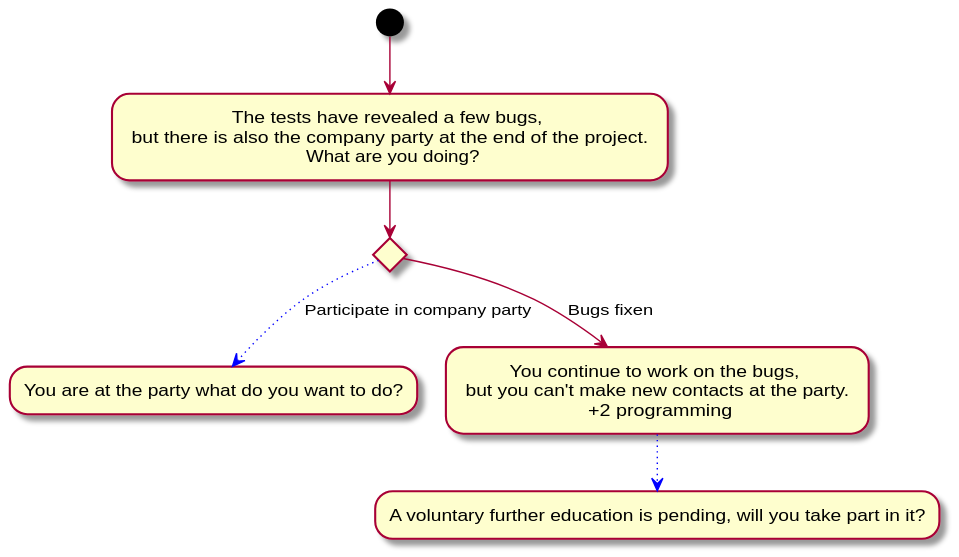
Brotenko/QualityQuest keeps this PlantUML diagram as Docs/Technical Specifications/docs/diagrams/StoryFlow/StoryFlow_Decision_6.svg. Above is the earlier version.
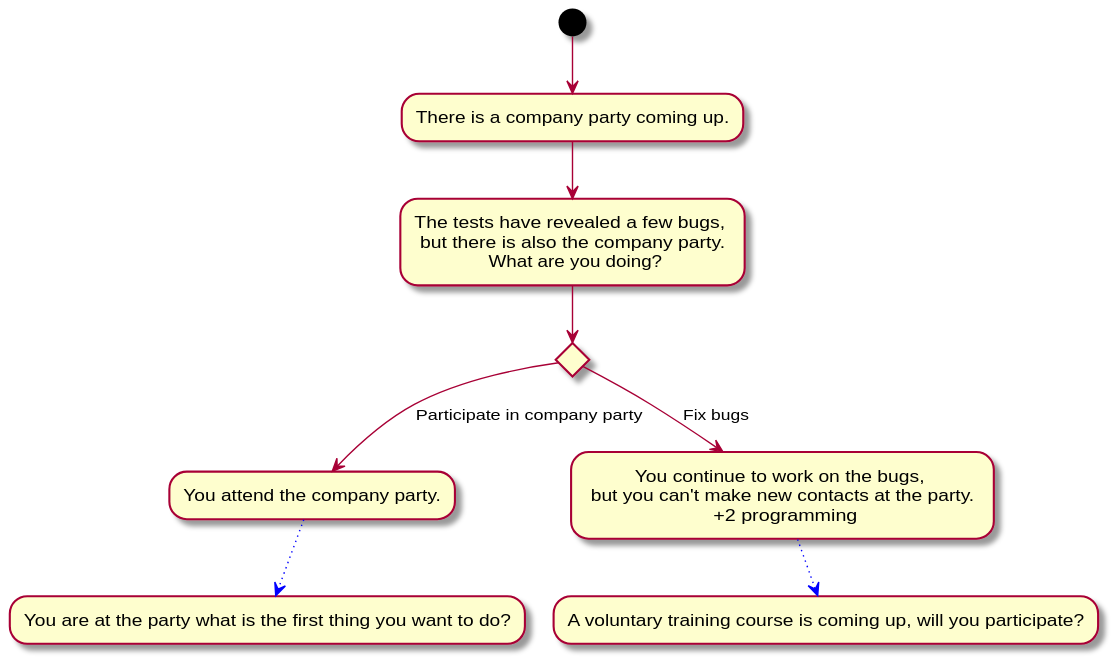
The same diagram one commit later.

The edit, as a diff of the source:
```diff
@@ -1,8 +1,10 @@
 @startuml
-(*) --> "The tests have revealed a few bugs, \n but there is also the company party at the end of the project. \n What are you doing?"
-if "" then
--[#blue,dotted]-> [Participate in company party] "You are at the party what do you want to do?"
+(*) --> "There is a company party coming up."
+--> "The tests have revealed a few bugs, \n but there is also the company party. \n What are you doing?"
+if " " then
+--> [Participate in company party] "You attend the company party."
+-[#blue,dotted]-> "You are at the party what is the first thing you want to do?"
 else
---> [Bugs fixen] "You continue to work on the bugs, \n but you can't make new contacts at the party. \n +2 programming"
--[#blue,dotted]-> "A voluntary further education is pending, will you take part in it?"
+--> [Fix bugs] "You continue to work on the bugs, \n but you can't make new contacts at the party. \n +2 programming"
+-[#blue,dotted]-> "A voluntary training course is coming up, will you participate?"
 @enduml
```
